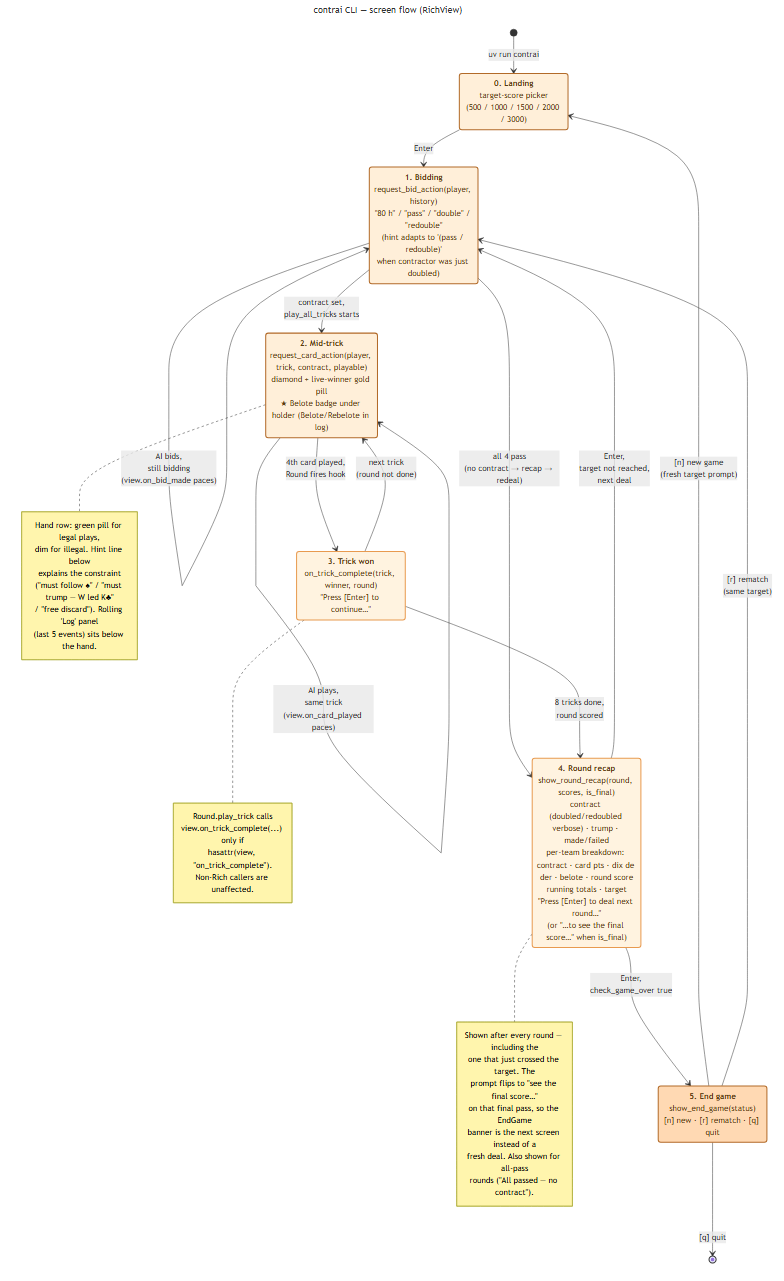
valmathieu/ContrAI keeps this Mermaid diagram as docs/diagrams/state_cli_screens.png. Above is the earlier version. Its source is kept beside it as docs/diagrams/state_cli_screens.mmd.
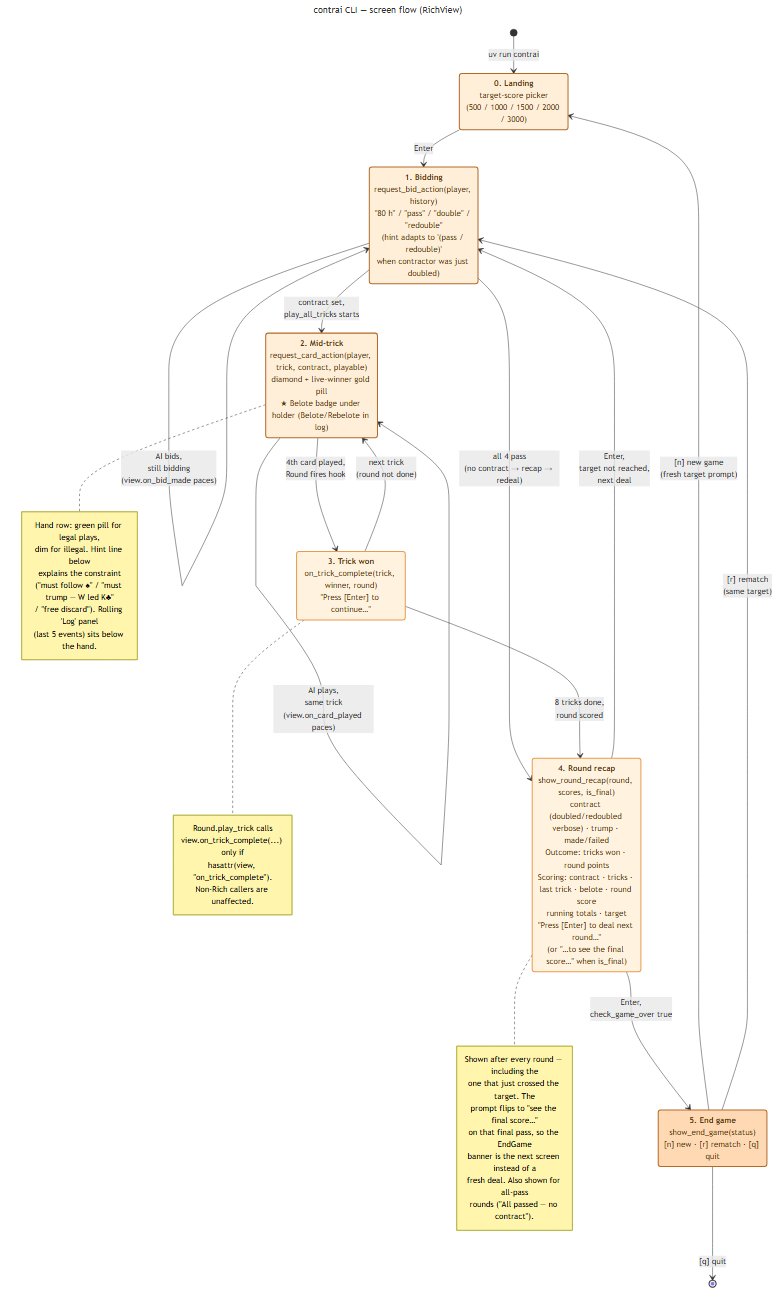
After the commit.

Commit message:
docs(engine): document the two-table round recap layout

Change to the diagram source:
```diff
@@ -10,7 +10,7 @@
     Bidding : <b>1. Bidding</b><br/>request_bid_action(player, history)<br/>"80 h" / "pass" / "double" / "redouble"<br/>(hint adapts to '(pass / redouble)'<br/>when contractor was just doubled)
     MidTrick : <b>2. Mid-trick</b><br/>request_card_action(player, trick, contract, playable)<br/>diamond + live-winner gold pill<br/>★ Belote badge under holder (Belote/Rebelote in log)
     TrickWon : <b>3. Trick won</b><br/>on_trick_complete(trick, winner, round)<br/>"Press [Enter] to continue…"
-    RoundRecap : <b>4. Round recap</b><br/>show_round_recap(round, scores, is_final)<br/>contract (doubled/redoubled verbose) · trump · made/failed<br/>per-team breakdown: contract · card pts · dix de der · belote · round score<br/>running totals · target<br/>"Press [Enter] to deal next round…"<br/>(or "…to see the final score…" when is_final)
+    RoundRecap : <b>4. Round recap</b><br/>show_round_recap(round, scores, is_final)<br/>contract (doubled/redoubled verbose) · trump · made/failed<br/>Outcome: tricks won · round points<br/>Scoring: contract · tricks · last trick · belote · round score<br/>running totals · target<br/>"Press [Enter] to deal next round…"<br/>(or "…to see the final score…" when is_final)
     EndGame : <b>5. End game</b><br/>show_end_game(status)<br/>[n] new · [r] rematch · [q] quit
 
     Landing --> Bidding : Enter
```
